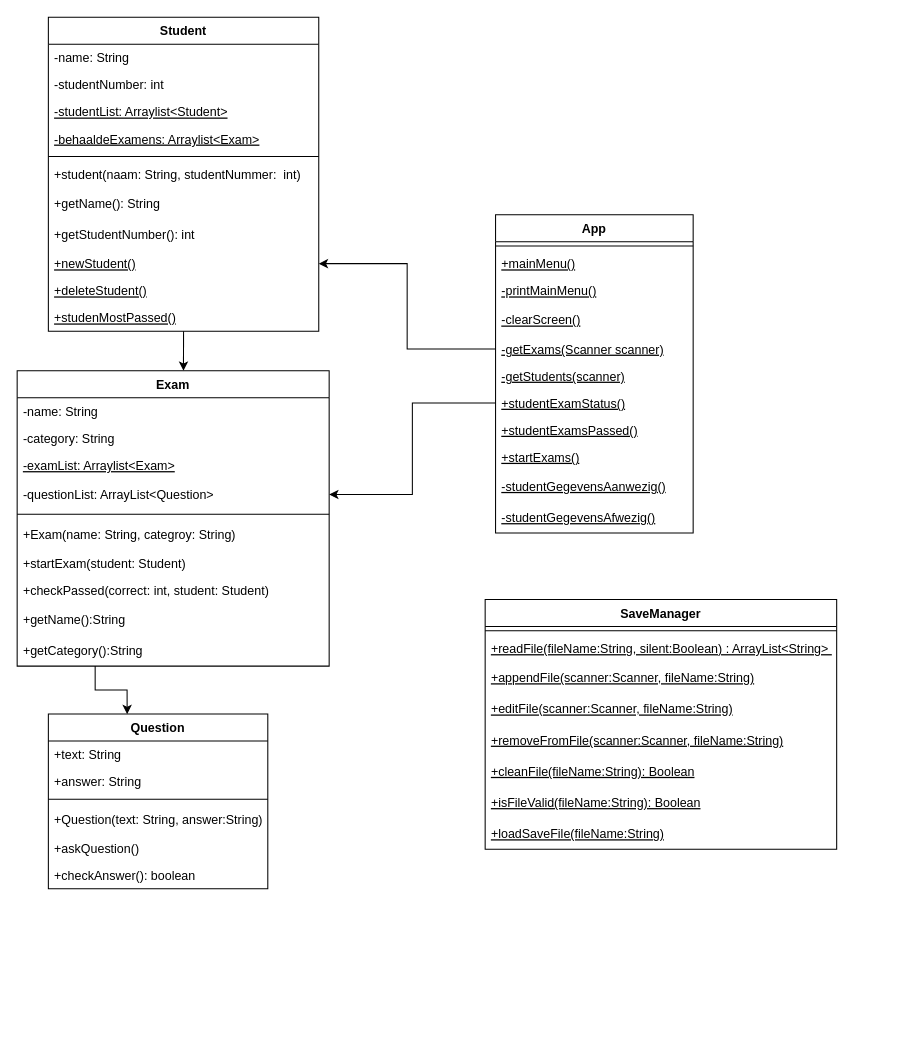
Before: UML.drawio in Studeeric/proj1, a draw.io diagram. Source tidied: cells renumbered, new cells numbered last; positions are measured from the earlier drawing's top-left corner, leaving out a move shared by most shapes. Both pictures are drawn from the tidied source at 104%, with x=0, y=0 at pixel (17, 17).
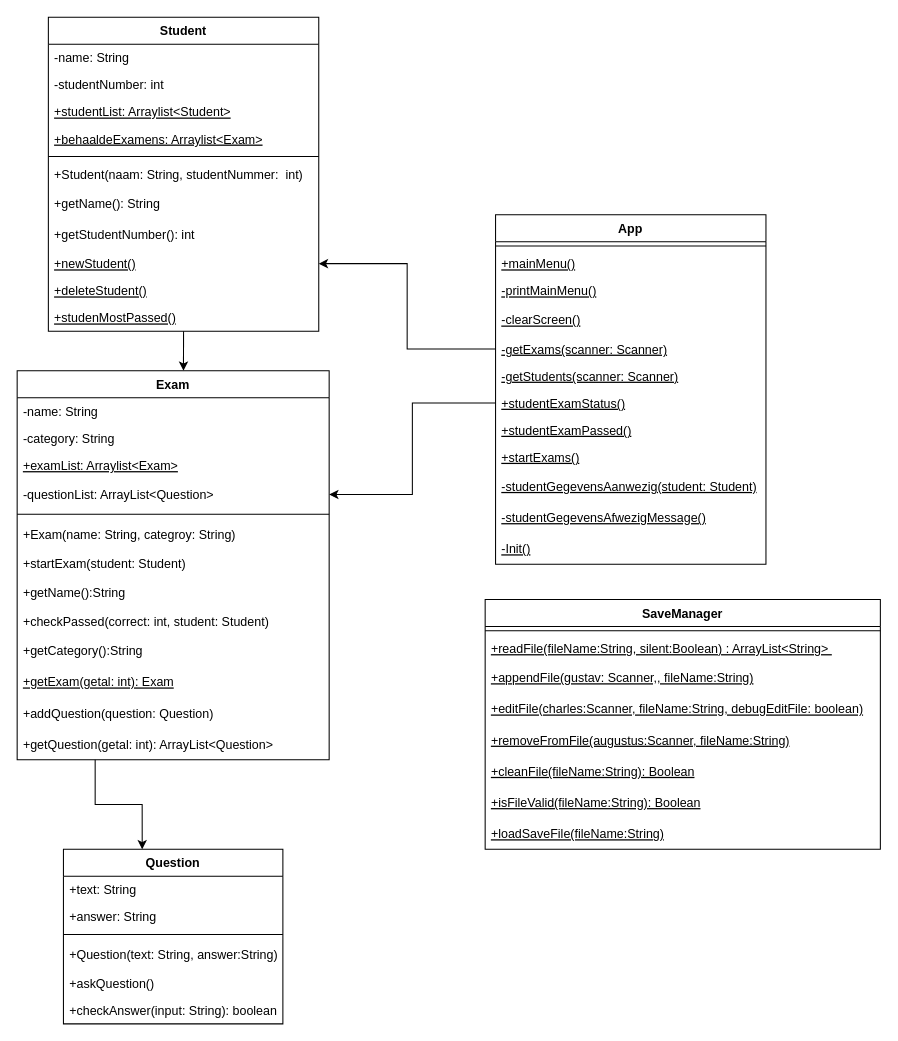
The same page after the edit.

The change refers to these unchanged cells:
```xml
<mxCell id="3" value="Student" style="swimlane;fontStyle=1;align=center;verticalAlign=top;horizontal=1;startSize=26;" parent="1" vertex="1">
  <mxGeometry x="30" width="260" height="302" as="geometry" />
</mxCell>
```

Diff of the diagram source:
```diff
@@
-    <mxCell id="6" value="-studentList: Arraylist&lt;Student&gt;" style="text;strokeColor=none;fillColor=none;align=left;verticalAlign=top;spacingLeft=4;spacingRight=4;overflow=hidden;fontStyle=4;" parent="3" vertex="1">
+    <mxCell id="6" value="+studentList: Arraylist&lt;Student&gt;" style="text;strokeColor=none;fillColor=none;align=left;verticalAlign=top;spacingLeft=4;spacingRight=4;overflow=hidden;fontStyle=4;" parent="3" vertex="1">
       <mxGeometry y="78" width="260" height="26" as="geometry" />
     </mxCell>
-    <mxCell id="7" value="-behaaldeExamens: Arraylist&lt;Exam&gt;" style="text;strokeColor=none;fillColor=none;align=left;verticalAlign=top;spacingLeft=4;spacingRight=4;overflow=hidden;fontStyle=4;" parent="3" vertex="1">
+    <mxCell id="7" value="+behaaldeExamens: Arraylist&lt;Exam&gt;" style="text;strokeColor=none;fillColor=none;align=left;verticalAlign=top;spacingLeft=4;spacingRight=4;overflow=hidden;fontStyle=4;" parent="3" vertex="1">
       <mxGeometry y="104" width="260" height="26" as="geometry" />
     </mxCell>
@@
-    <mxCell id="9" value="+student(naam: String, studentNummer:  int)" style="text;strokeColor=none;fillColor=none;align=left;verticalAlign=top;spacingLeft=4;spacingRight=4;overflow=hidden;" parent="3" vertex="1">
+    <mxCell id="9" value="+Student(naam: String, studentNummer:  int)" style="text;strokeColor=none;fillColor=none;align=left;verticalAlign=top;spacingLeft=4;spacingRight=4;overflow=hidden;" parent="3" vertex="1">
       <mxGeometry y="138" width="260" height="26" as="geometry" />
     </mxCell>
@@
     <mxCell id="16" value="Exam" style="swimlane;fontStyle=1;align=center;verticalAlign=top;horizontal=1;startSize=26;" parent="1" vertex="1">
-      <mxGeometry y="340" width="300" height="284" as="geometry" />
+      <mxGeometry y="340" width="300" height="374" as="geometry" />
     </mxCell>
@@
-    <mxCell id="19" value="-examList: Arraylist&lt;Exam&gt;" style="text;strokeColor=none;fillColor=none;align=left;verticalAlign=top;spacingLeft=4;spacingRight=4;overflow=hidden;fontStyle=4;" parent="16" vertex="1">
+    <mxCell id="19" value="+examList: Arraylist&lt;Exam&gt;" style="text;strokeColor=none;fillColor=none;align=left;verticalAlign=top;spacingLeft=4;spacingRight=4;overflow=hidden;fontStyle=4;" parent="16" vertex="1">
       <mxGeometry y="78" width="300" height="26" as="geometry" />
     </mxCell>
@@
+    <mxCell id="25" value="+getName():String" style="text;strokeColor=none;fillColor=none;align=left;verticalAlign=middle;spacingLeft=4;spacingRight=4;overflow=hidden;" parent="16" vertex="1">
+      <mxGeometry y="198" width="300" height="30" as="geometry" />
+    </mxCell>
     <mxCell id="24" value="+checkPassed(correct: int, student: Student)" style="text;strokeColor=none;fillColor=none;align=left;verticalAlign=top;spacingLeft=4;spacingRight=4;overflow=hidden;" parent="16" vertex="1">
-      <mxGeometry y="198" width="300" height="26" as="geometry" />
+      <mxGeometry y="228" width="300" height="26" as="geometry" />
     </mxCell>
-    <mxCell id="25" value="+getName():String" style="text;strokeColor=none;fillColor=none;align=left;verticalAlign=middle;spacingLeft=4;spacingRight=4;overflow=hidden;" parent="16" vertex="1">
-      <mxGeometry y="224" width="300" height="30" as="geometry" />
-    </mxCell>
@@
+    <mxCell id="57" value="+getExam(getal: int): Exam" style="text;strokeColor=none;fillColor=none;align=left;verticalAlign=middle;spacingLeft=4;spacingRight=4;overflow=hidden;fontStyle=4;" parent="16" vertex="1">
+      <mxGeometry y="284" width="300" height="30" as="geometry" />
+    </mxCell>
+    <mxCell id="58" value="+addQuestion(question: Question)" style="text;strokeColor=none;fillColor=none;align=left;verticalAlign=middle;spacingLeft=4;spacingRight=4;overflow=hidden;" parent="16" vertex="1">
+      <mxGeometry y="314" width="300" height="30" as="geometry" />
+    </mxCell>
+    <mxCell id="59" value="+getQuestion(getal: int): ArrayList&lt;Question&gt;" style="text;strokeColor=none;fillColor=none;align=left;verticalAlign=middle;spacingLeft=4;spacingRight=4;overflow=hidden;" parent="16" vertex="1">
+      <mxGeometry y="344" width="300" height="30" as="geometry" />
+    </mxCell>
     <mxCell id="27" value="App" style="swimlane;fontStyle=1;align=center;verticalAlign=top;horizontal=1;startSize=26;" parent="1" vertex="1">
-      <mxGeometry x="460" y="190" width="190" height="306" as="geometry" />
+      <mxGeometry x="460" y="190" width="260" height="336" as="geometry" />
     </mxCell>
     <mxCell id="28" style="line;strokeWidth=1;fillColor=none;align=left;verticalAlign=middle;spacingTop=-1;spacingLeft=3;spacingRight=3;labelPosition=right;" parent="27" vertex="1">
-      <mxGeometry y="26" width="190" height="8" as="geometry" />
+      <mxGeometry y="26" width="260" height="8" as="geometry" />
     </mxCell>
     <mxCell id="29" value="+mainMenu()" style="text;strokeColor=none;fillColor=none;align=left;verticalAlign=top;spacingLeft=4;spacingRight=4;overflow=hidden;fontStyle=4;" parent="27" vertex="1">
-      <mxGeometry y="34" width="190" height="26" as="geometry" />
+      <mxGeometry y="34" width="260" height="26" as="geometry" />
     </mxCell>
     <mxCell id="30" value="-printMainMenu()" style="text;strokeColor=none;fillColor=none;align=left;verticalAlign=top;spacingLeft=4;spacingRight=4;overflow=hidden;fontStyle=4;" parent="27" vertex="1">
-      <mxGeometry y="60" width="190" height="26" as="geometry" />
+      <mxGeometry y="60" width="260" height="26" as="geometry" />
     </mxCell>
     <mxCell id="31" value="-clearScreen()" style="text;strokeColor=none;fillColor=none;align=left;verticalAlign=middle;spacingLeft=4;spacingRight=4;overflow=hidden;fontStyle=4;" parent="27" vertex="1">
-      <mxGeometry y="86" width="190" height="30" as="geometry" />
+      <mxGeometry y="86" width="260" height="30" as="geometry" />
     </mxCell>
-    <mxCell id="32" value="-getExams(Scanner scanner)" style="text;strokeColor=none;fillColor=none;align=left;verticalAlign=top;spacingLeft=4;spacingRight=4;overflow=hidden;points=[[0,0.5],[1,0.5]];portConstraint=eastwest;fontStyle=4;" parent="27" vertex="1">
-      <mxGeometry y="116" width="190" height="26" as="geometry" />
+    <mxCell id="32" value="-getExams(scanner: Scanner)" style="text;strokeColor=none;fillColor=none;align=left;verticalAlign=top;spacingLeft=4;spacingRight=4;overflow=hidden;points=[[0,0.5],[1,0.5]];portConstraint=eastwest;fontStyle=4;" parent="27" vertex="1">
+      <mxGeometry y="116" width="260" height="26" as="geometry" />
     </mxCell>
-    <mxCell id="33" value="-getStudents(scanner)" style="text;strokeColor=none;fillColor=none;align=left;verticalAlign=top;spacingLeft=4;spacingRight=4;overflow=hidden;fontStyle=4;" parent="27" vertex="1">
-      <mxGeometry y="142" width="190" height="26" as="geometry" />
+    <mxCell id="33" value="-getStudents(scanner: Scanner)" style="text;strokeColor=none;fillColor=none;align=left;verticalAlign=top;spacingLeft=4;spacingRight=4;overflow=hidden;fontStyle=4;" parent="27" vertex="1">
+      <mxGeometry y="142" width="260" height="26" as="geometry" />
     </mxCell>
     <mxCell id="34" value="+studentExamStatus()" style="text;strokeColor=none;fillColor=none;align=left;verticalAlign=top;spacingLeft=4;spacingRight=4;overflow=hidden;points=[[0,0.5],[1,0.5]];portConstraint=eastwest;fontStyle=4;" parent="27" vertex="1">
-      <mxGeometry y="168" width="190" height="26" as="geometry" />
+      <mxGeometry y="168" width="260" height="26" as="geometry" />
     </mxCell>
-    <mxCell id="35" value="+studentExamsPassed()" style="text;strokeColor=none;fillColor=none;align=left;verticalAlign=top;spacingLeft=4;spacingRight=4;overflow=hidden;fontStyle=4;" parent="27" vertex="1">
-      <mxGeometry y="194" width="190" height="26" as="geometry" />
+    <mxCell id="35" value="+studentExamPassed()" style="text;strokeColor=none;fillColor=none;align=left;verticalAlign=top;spacingLeft=4;spacingRight=4;overflow=hidden;fontStyle=4;" parent="27" vertex="1">
+      <mxGeometry y="194" width="260" height="26" as="geometry" />
     </mxCell>
     <mxCell id="36" value="+startExams()" style="text;strokeColor=none;fillColor=none;align=left;verticalAlign=top;spacingLeft=4;spacingRight=4;overflow=hidden;fontStyle=4;" parent="27" vertex="1">
-      <mxGeometry y="220" width="190" height="26" as="geometry" />
+      <mxGeometry y="220" width="260" height="26" as="geometry" />
     </mxCell>
-    <mxCell id="37" value="-studentGegevensAanwezig()" style="text;strokeColor=none;fillColor=none;align=left;verticalAlign=middle;spacingLeft=4;spacingRight=4;overflow=hidden;fontStyle=4;" parent="27" vertex="1">
-      <mxGeometry y="246" width="190" height="30" as="geometry" />
+    <mxCell id="37" value="-studentGegevensAanwezig(student: Student)" style="text;strokeColor=none;fillColor=none;align=left;verticalAlign=middle;spacingLeft=4;spacingRight=4;overflow=hidden;fontStyle=4;" parent="27" vertex="1">
+      <mxGeometry y="246" width="260" height="30" as="geometry" />
     </mxCell>
-    <mxCell id="38" value="-studentGegevensAfwezig()" style="text;strokeColor=none;fillColor=none;align=left;verticalAlign=middle;spacingLeft=4;spacingRight=4;overflow=hidden;fontStyle=4;" parent="27" vertex="1">
-      <mxGeometry y="276" width="190" height="30" as="geometry" />
+    <mxCell id="38" value="-studentGegevensAfwezigMessage()" style="text;strokeColor=none;fillColor=none;align=left;verticalAlign=middle;spacingLeft=4;spacingRight=4;overflow=hidden;fontStyle=4;" parent="27" vertex="1">
+      <mxGeometry y="276" width="260" height="30" as="geometry" />
     </mxCell>
+    <mxCell id="60" value="-Init()" style="text;strokeColor=none;fillColor=none;align=left;verticalAlign=middle;spacingLeft=4;spacingRight=4;overflow=hidden;fontStyle=4;" parent="27" vertex="1">
+      <mxGeometry y="306" width="260" height="30" as="geometry" />
+    </mxCell>
     <mxCell id="39" value="Question" style="swimlane;fontStyle=1;align=center;verticalAlign=top;horizontal=1;startSize=26;" parent="1" vertex="1">
-      <mxGeometry x="30" y="670" width="211" height="168" as="geometry" />
+      <mxGeometry x="44.5" y="800" width="211" height="168" as="geometry" />
     </mxCell>
@@
-    <mxCell id="45" value="+checkAnswer(): boolean&#10;" style="text;strokeColor=none;fillColor=none;align=left;verticalAlign=top;spacingLeft=4;spacingRight=4;overflow=hidden;" parent="39" vertex="1">
+    <mxCell id="45" value="+checkAnswer(input: String): boolean&#10;" style="text;strokeColor=none;fillColor=none;align=left;verticalAlign=top;spacingLeft=4;spacingRight=4;overflow=hidden;" parent="39" vertex="1">
       <mxGeometry y="142" width="211" height="26" as="geometry" />
     </mxCell>
     <mxCell id="46" value="SaveManager" style="swimlane;fontStyle=1;align=center;verticalAlign=top;horizontal=1;startSize=26;" parent="1" vertex="1">
-      <mxGeometry x="450" y="560" width="338" height="240" as="geometry" />
+      <mxGeometry x="450" y="560" width="380" height="240" as="geometry" />
     </mxCell>
     <mxCell id="47" style="line;strokeWidth=1;fillColor=none;align=left;verticalAlign=middle;spacingTop=-1;spacingLeft=3;spacingRight=3;labelPosition=right;" parent="46" vertex="1">
-      <mxGeometry y="26" width="338" height="8" as="geometry" />
+      <mxGeometry y="26" width="380" height="8" as="geometry" />
     </mxCell>
     <mxCell id="48" value="+readFile(fileName:String, silent:Boolean) : ArrayList&lt;String&gt; " style="text;strokeColor=none;fillColor=none;align=left;verticalAlign=top;spacingLeft=4;spacingRight=4;overflow=hidden;fontStyle=4;" parent="46" vertex="1">
-      <mxGeometry y="34" width="338" height="26" as="geometry" />
+      <mxGeometry y="34" width="380" height="26" as="geometry" />
     </mxCell>
-    <mxCell id="49" value="+appendFile(scanner:Scanner, fileName:String)" style="text;strokeColor=none;fillColor=none;align=left;verticalAlign=middle;spacingLeft=4;spacingRight=4;overflow=hidden;fontStyle=4;" parent="46" vertex="1">
-      <mxGeometry y="60" width="338" height="30" as="geometry" />
+    <mxCell id="49" value="+appendFile(gustav: Scanner,, fileName:String)" style="text;strokeColor=none;fillColor=none;align=left;verticalAlign=middle;spacingLeft=4;spacingRight=4;overflow=hidden;fontStyle=4;" parent="46" vertex="1">
+      <mxGeometry y="60" width="380" height="30" as="geometry" />
     </mxCell>
-    <mxCell id="50" value="+editFile(scanner:Scanner, fileName:String)" style="text;strokeColor=none;fillColor=none;align=left;verticalAlign=middle;spacingLeft=4;spacingRight=4;overflow=hidden;fontStyle=4;" parent="46" vertex="1">
-      <mxGeometry y="90" width="338" height="30" as="geometry" />
+    <mxCell id="50" value="+editFile(charles:Scanner, fileName:String, debugEditFile: boolean)" style="text;strokeColor=none;fillColor=none;align=left;verticalAlign=middle;spacingLeft=4;spacingRight=4;overflow=hidden;fontStyle=4;" parent="46" vertex="1">
+      <mxGeometry y="90" width="380" height="30" as="geometry" />
     </mxCell>
-    <mxCell id="51" value="+removeFromFile(scanner:Scanner, fileName:String)" style="text;strokeColor=none;fillColor=none;align=left;verticalAlign=middle;spacingLeft=4;spacingRight=4;overflow=hidden;fontStyle=4;" parent="46" vertex="1">
-      <mxGeometry y="120" width="338" height="30" as="geometry" />
+    <mxCell id="51" value="+removeFromFile(augustus:Scanner, fileName:String)" style="text;strokeColor=none;fillColor=none;align=left;verticalAlign=middle;spacingLeft=4;spacingRight=4;overflow=hidden;fontStyle=4;" parent="46" vertex="1">
+      <mxGeometry y="120" width="380" height="30" as="geometry" />
     </mxCell>
     <mxCell id="52" value="+cleanFile(fileName:String): Boolean" style="text;strokeColor=none;fillColor=none;align=left;verticalAlign=middle;spacingLeft=4;spacingRight=4;overflow=hidden;fontStyle=4;" parent="46" vertex="1">
-      <mxGeometry y="150" width="338" height="30" as="geometry" />
+      <mxGeometry y="150" width="380" height="30" as="geometry" />
     </mxCell>
     <mxCell id="53" value="+isFileValid(fileName:String): Boolean" style="text;strokeColor=none;fillColor=none;align=left;verticalAlign=middle;spacingLeft=4;spacingRight=4;overflow=hidden;fontStyle=4;" parent="46" vertex="1">
-      <mxGeometry y="180" width="338" height="30" as="geometry" />
+      <mxGeometry y="180" width="380" height="30" as="geometry" />
     </mxCell>
     <mxCell id="54" value="+loadSaveFile(fileName:String)" style="text;strokeColor=none;fillColor=none;align=left;verticalAlign=middle;spacingLeft=4;spacingRight=4;overflow=hidden;fontStyle=4;" parent="46" vertex="1">
-      <mxGeometry y="210" width="338" height="30" as="geometry" />
+      <mxGeometry y="210" width="380" height="30" as="geometry" />
     </mxCell>
```
